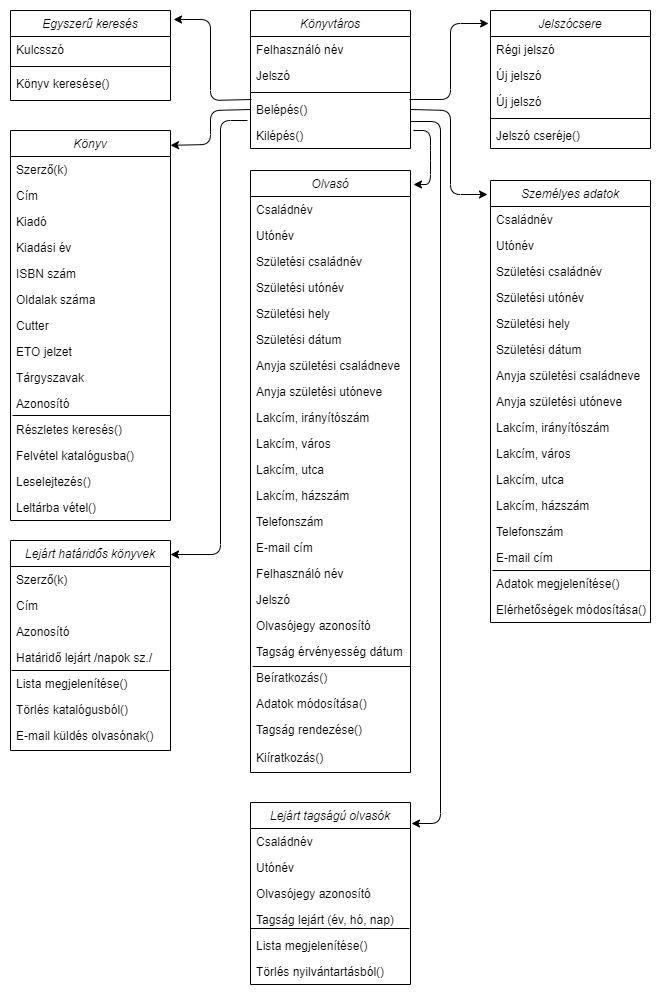
Before: Doc/image/konyvtaros_hatarosztalyai.png, a diagram exported from draw.io (BoCiMaja/AFP2020_1_Lev_Csop2). Source tidied: cells renumbered, new cells last; positions are measured from the earlier drawing's top-left corner, leaving out a move shared by most shapes.
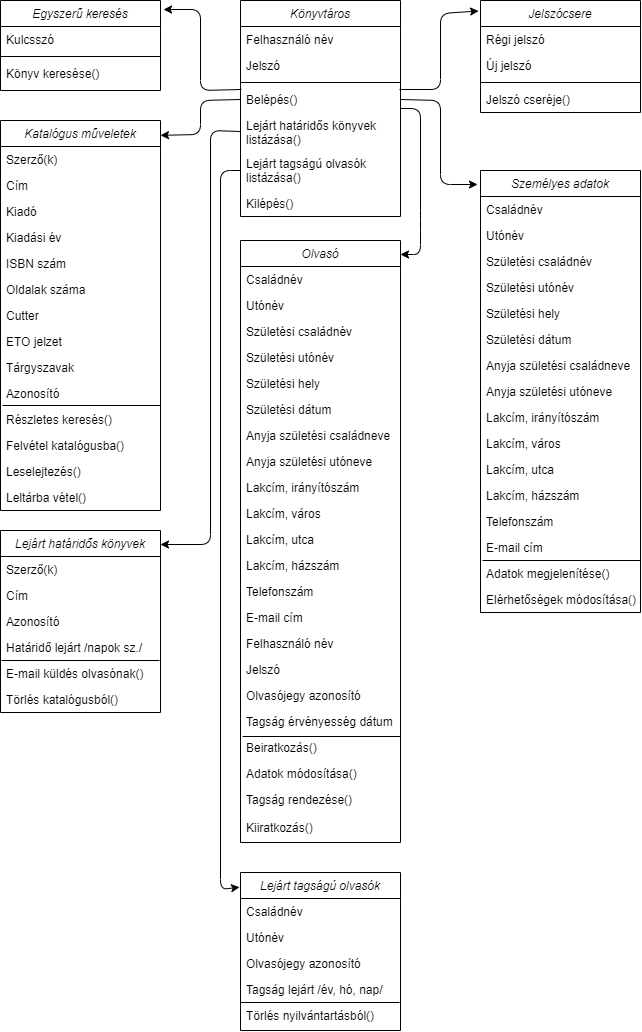
Above is the later version.

Commit message:
Könyvtáros határosztályai

Change to the diagram source:
```diff
@@ -3,7 +3,7 @@
     <mxCell id="0" />
     <mxCell id="1" parent="0" />
     <mxCell id="2" value="Könyvtáros" style="swimlane;fontStyle=2;align=center;verticalAlign=top;horizontal=1;startSize=26;rounded=0;shadow=0;strokeWidth=1;" parent="1" vertex="1">
-      <mxGeometry x="240" width="160" height="138" as="geometry" />
+      <mxGeometry x="240" width="160" height="216" as="geometry" />
     </mxCell>
     <mxCell id="3" value="Felhasználó név" style="text;align=left;verticalAlign=top;spacingLeft=4;spacingRight=4;overflow=hidden;" parent="2" vertex="1">
       <mxGeometry y="26" width="160" height="26" as="geometry" />
@@ -17,8 +17,14 @@
     <mxCell id="6" value="Belépés()" style="text;align=left;verticalAlign=top;spacingLeft=4;spacingRight=4;overflow=hidden;points=[[0,0.5],[1,0.5]];portConstraint=eastwest;" parent="2" vertex="1">
       <mxGeometry y="86" width="160" height="26" as="geometry" />
     </mxCell>
+    <mxCell id="100" value="Lejárt határidős könyvek&#10;listázása()" style="text;align=left;verticalAlign=top;spacingLeft=4;spacingRight=4;overflow=hidden;points=[[0,0.5],[1,0.5]];portConstraint=eastwest;" parent="2" vertex="1">
+      <mxGeometry y="112" width="160" height="38" as="geometry" />
+    </mxCell>
+    <mxCell id="101" value="Lejárt tagságú olvasók&#10;listázása()" style="text;align=left;verticalAlign=top;spacingLeft=4;spacingRight=4;overflow=hidden;points=[[0,0.5],[1,0.5]];portConstraint=eastwest;" parent="2" vertex="1">
+      <mxGeometry y="150" width="160" height="40" as="geometry" />
+    </mxCell>
     <mxCell id="7" value="Kilépés()" style="text;align=left;verticalAlign=top;spacingLeft=4;spacingRight=4;overflow=hidden;points=[[0,0.5],[1,0.5]];portConstraint=eastwest;" parent="2" vertex="1">
-      <mxGeometry y="112" width="160" height="26" as="geometry" />
+      <mxGeometry y="190" width="160" height="26" as="geometry" />
     </mxCell>
     <mxCell id="8" value="Személyes adatok" style="swimlane;fontStyle=2;align=center;verticalAlign=top;horizontal=1;startSize=26;rounded=0;shadow=0;strokeWidth=1;" parent="1" vertex="1">
       <mxGeometry x="480" y="170" width="160" height="442" as="geometry" />
@@ -78,7 +84,7 @@
       <mxGeometry y="416" width="160" height="26" as="geometry" />
     </mxCell>
     <mxCell id="26" value="Jelszócsere" style="swimlane;fontStyle=2;align=center;verticalAlign=top;horizontal=1;startSize=26;rounded=0;shadow=0;strokeWidth=1;" parent="1" vertex="1">
-      <mxGeometry x="480" width="160" height="138" as="geometry" />
+      <mxGeometry x="480" width="160" height="112" as="geometry" />
     </mxCell>
     <mxCell id="27" value="Régi jelszó" style="text;align=left;verticalAlign=top;spacingLeft=4;spacingRight=4;overflow=hidden;" parent="26" vertex="1">
       <mxGeometry y="26" width="160" height="26" as="geometry" />
@@ -86,14 +92,11 @@
     <mxCell id="28" value="Új jelszó" style="text;align=left;verticalAlign=top;spacingLeft=4;spacingRight=4;overflow=hidden;rounded=0;shadow=0;html=0;" parent="26" vertex="1">
       <mxGeometry y="52" width="160" height="26" as="geometry" />
     </mxCell>
-    <mxCell id="29" value="Új jelszó" style="text;align=left;verticalAlign=top;spacingLeft=4;spacingRight=4;overflow=hidden;" parent="26" vertex="1">
-      <mxGeometry y="78" width="160" height="26" as="geometry" />
-    </mxCell>
     <mxCell id="30" style="line;html=1;strokeWidth=1;align=left;verticalAlign=middle;spacingTop=-1;spacingLeft=3;spacingRight=3;labelPosition=right;" parent="26" vertex="1">
-      <mxGeometry y="104" width="160" height="8" as="geometry" />
+      <mxGeometry y="78" width="160" height="8" as="geometry" />
     </mxCell>
     <mxCell id="31" value="Jelszó cseréje()" style="text;align=left;verticalAlign=top;spacingLeft=4;spacingRight=4;overflow=hidden;" parent="26" vertex="1">
-      <mxGeometry y="112" width="160" height="26" as="geometry" />
+      <mxGeometry y="86" width="160" height="26" as="geometry" />
     </mxCell>
     <mxCell id="32" value="Egyszerű keresés" style="swimlane;fontStyle=2;align=center;verticalAlign=top;horizontal=1;startSize=26;rounded=0;shadow=0;strokeWidth=1;" parent="1" vertex="1">
       <mxGeometry width="160" height="90" as="geometry" />
@@ -107,7 +110,7 @@
     <mxCell id="35" value="Könyv keresése()" style="text;align=left;verticalAlign=top;spacingLeft=4;spacingRight=4;overflow=hidden;" parent="32" vertex="1">
       <mxGeometry y="60" width="160" height="26" as="geometry" />
     </mxCell>
-    <mxCell id="36" value="Könyv" style="swimlane;fontStyle=2;align=center;verticalAlign=top;horizontal=1;startSize=26;rounded=0;shadow=0;strokeWidth=1;" parent="1" vertex="1">
+    <mxCell id="36" value="Katalógus műveletek" style="swimlane;fontStyle=2;align=center;verticalAlign=top;horizontal=1;startSize=26;rounded=0;shadow=0;strokeWidth=1;" parent="1" vertex="1">
       <mxGeometry y="120" width="160" height="390" as="geometry" />
     </mxCell>
     <mxCell id="37" value="Szerző(k)" style="text;align=left;verticalAlign=top;spacingLeft=4;spacingRight=4;overflow=hidden;" parent="36" vertex="1">
@@ -159,7 +162,7 @@
       <mxGeometry y="364" width="160" height="26" as="geometry" />
     </mxCell>
     <mxCell id="52" value="Lejárt határidős könyvek" style="swimlane;fontStyle=2;align=center;verticalAlign=top;horizontal=1;startSize=26;rounded=0;shadow=0;strokeWidth=1;" parent="1" vertex="1">
-      <mxGeometry y="530" width="160" height="210" as="geometry" />
+      <mxGeometry y="530" width="160" height="182" as="geometry" />
     </mxCell>
     <mxCell id="53" value="Szerző(k)" style="text;align=left;verticalAlign=top;spacingLeft=4;spacingRight=4;overflow=hidden;" parent="52" vertex="1">
       <mxGeometry y="26" width="160" height="26" as="geometry" />
@@ -179,15 +182,12 @@
     <mxCell id="57" value="Határidő lejárt /napok sz./" style="text;align=left;verticalAlign=top;spacingLeft=4;spacingRight=4;overflow=hidden;rounded=0;shadow=0;html=0;" parent="52" vertex="1">
       <mxGeometry y="104" width="160" height="26" as="geometry" />
     </mxCell>
-    <mxCell id="58" value="Lista megjelenítése()" style="text;align=left;verticalAlign=top;spacingLeft=4;spacingRight=4;overflow=hidden;rounded=0;shadow=0;html=0;" parent="52" vertex="1">
-      <mxGeometry y="130" width="160" height="26" as="geometry" />
-    </mxCell>
+    <mxCell id="60" value="E-mail küldés olvasónak()" style="text;align=left;verticalAlign=top;spacingLeft=4;spacingRight=4;overflow=hidden;rounded=0;shadow=0;html=0;" parent="52" vertex="1">
+      <mxGeometry y="130" width="160" height="26" as="geometry" />
+    </mxCell>
     <mxCell id="59" value="Törlés katalógusból()" style="text;align=left;verticalAlign=top;spacingLeft=4;spacingRight=4;overflow=hidden;rounded=0;shadow=0;html=0;" parent="52" vertex="1">
       <mxGeometry y="156" width="160" height="26" as="geometry" />
     </mxCell>
-    <mxCell id="60" value="E-mail küldés olvasónak()" style="text;align=left;verticalAlign=top;spacingLeft=4;spacingRight=4;overflow=hidden;rounded=0;shadow=0;html=0;" parent="52" vertex="1">
-      <mxGeometry y="182" width="160" height="26" as="geometry" />
-    </mxCell>
     <mxCell id="61" style="endArrow=classic;html=1;entryX=-0.012;entryY=0.094;entryDx=0;entryDy=0;entryPerimeter=0;" parent="1" edge="1" target="26">
       <mxGeometry relative="1" as="geometry">
         <mxPoint x="399" y="89" as="sourcePoint" />
@@ -222,17 +222,17 @@
         </Array>
       </mxGeometry>
     </mxCell>
-    <mxCell id="65" style="endArrow=classic;html=1;exitX=-0.019;exitY=-0.077;exitDx=0;exitDy=0;exitPerimeter=0;" parent="1" edge="1" source="7">
+    <mxCell id="65" style="endArrow=classic;html=1;exitX=0;exitY=0.5;exitDx=0;exitDy=0;" parent="1" edge="1" source="100">
       <mxGeometry relative="1" as="geometry">
         <mxPoint x="160" y="544" as="targetPoint" />
         <Array as="points">
-          <mxPoint x="210" y="110" />
+          <mxPoint x="210" y="130" />
           <mxPoint x="210" y="544" />
         </Array>
       </mxGeometry>
     </mxCell>
     <mxCell id="66" value="Olvasó" style="swimlane;fontStyle=2;align=center;verticalAlign=top;horizontal=1;startSize=26;rounded=0;shadow=0;strokeWidth=1;" parent="1" vertex="1">
-      <mxGeometry x="240" y="160" width="160" height="602" as="geometry" />
+      <mxGeometry x="240" y="240" width="160" height="602" as="geometry" />
     </mxCell>
     <mxCell id="67" value="Családnév" style="text;align=left;verticalAlign=top;spacingLeft=4;spacingRight=4;overflow=hidden;" parent="66" vertex="1">
       <mxGeometry y="26" width="160" height="26" as="geometry" />
@@ -288,7 +288,7 @@
     <mxCell id="84" value="Tagság érvényesség dátum" style="text;align=left;verticalAlign=top;spacingLeft=4;spacingRight=4;overflow=hidden;rounded=0;shadow=0;html=0;" parent="66" vertex="1">
       <mxGeometry y="468" width="160" height="26" as="geometry" />
     </mxCell>
-    <mxCell id="85" value="Beíratkozás()" style="text;align=left;verticalAlign=top;spacingLeft=4;spacingRight=4;overflow=hidden;points=[[0,0.5],[1,0.5]];portConstraint=eastwest;rounded=0;shadow=0;html=0;" parent="66" vertex="1">
+    <mxCell id="85" value="Beiratkozás()" style="text;align=left;verticalAlign=top;spacingLeft=4;spacingRight=4;overflow=hidden;points=[[0,0.5],[1,0.5]];portConstraint=eastwest;rounded=0;shadow=0;html=0;" parent="66" vertex="1">
       <mxGeometry y="494" width="160" height="26" as="geometry" />
     </mxCell>
     <mxCell id="86" value="Adatok módosítása()" style="text;align=left;verticalAlign=top;spacingLeft=4;spacingRight=4;overflow=hidden;rounded=0;shadow=0;html=0;" parent="66" vertex="1">
@@ -297,14 +297,14 @@
     <mxCell id="87" value="Tagság rendezése()" style="text;align=left;verticalAlign=top;spacingLeft=4;spacingRight=4;overflow=hidden;rounded=0;shadow=0;html=0;" parent="66" vertex="1">
       <mxGeometry y="546" width="160" height="28" as="geometry" />
     </mxCell>
+    <mxCell id="89" style="endArrow=none;html=1;exitX=0.013;exitY=0.077;exitDx=0;exitDy=0;exitPerimeter=0;entryX=1;entryY=0.077;entryDx=0;entryDy=0;entryPerimeter=0;" parent="66" edge="1" source="85" target="85">
+      <mxGeometry relative="1" as="geometry" />
+    </mxCell>
-    <mxCell id="88" value="Kiíratkozás()" style="text;align=left;verticalAlign=top;spacingLeft=4;spacingRight=4;overflow=hidden;rounded=0;shadow=0;html=0;" parent="66" vertex="1">
+    <mxCell id="88" value="Kiiratkozás()" style="text;align=left;verticalAlign=top;spacingLeft=4;spacingRight=4;overflow=hidden;rounded=0;shadow=0;html=0;" parent="66" vertex="1">
       <mxGeometry y="574" width="160" height="28" as="geometry" />
     </mxCell>
-    <mxCell id="89" style="endArrow=none;html=1;exitX=0.013;exitY=0.077;exitDx=0;exitDy=0;exitPerimeter=0;entryX=1;entryY=0.077;entryDx=0;entryDy=0;entryPerimeter=0;" parent="66" edge="1" source="85" target="85">
-      <mxGeometry relative="1" as="geometry" />
-    </mxCell>
     <mxCell id="90" value="Lejárt tagságú olvasók" style="swimlane;fontStyle=2;align=center;verticalAlign=top;horizontal=1;startSize=26;rounded=0;shadow=0;strokeWidth=1;" parent="1" vertex="1">
-      <mxGeometry x="240" y="792" width="160" height="182" as="geometry" />
+      <mxGeometry x="240" y="872" width="160" height="158" as="geometry" />
     </mxCell>
     <mxCell id="91" value="Családnév" style="text;align=left;verticalAlign=top;spacingLeft=4;spacingRight=4;overflow=hidden;" parent="90" vertex="1">
       <mxGeometry y="26" width="160" height="26" as="geometry" />
@@ -315,39 +315,36 @@
     <mxCell id="93" value="Olvasójegy azonosító" style="text;align=left;verticalAlign=top;spacingLeft=4;spacingRight=4;overflow=hidden;rounded=0;shadow=0;html=0;" parent="90" vertex="1">
       <mxGeometry y="78" width="160" height="26" as="geometry" />
     </mxCell>
-    <mxCell id="94" value="Tagság lejárt (év, hó, nap)" style="text;align=left;verticalAlign=top;spacingLeft=4;spacingRight=4;overflow=hidden;rounded=0;shadow=0;html=0;" parent="90" vertex="1">
+    <mxCell id="94" value="Tagság lejárt /év, hó, nap/" style="text;align=left;verticalAlign=top;spacingLeft=4;spacingRight=4;overflow=hidden;rounded=0;shadow=0;html=0;" parent="90" vertex="1">
       <mxGeometry y="104" width="160" height="26" as="geometry" />
     </mxCell>
-    <mxCell id="95" value="Lista megjelenítése()" style="text;align=left;verticalAlign=top;spacingLeft=4;spacingRight=4;overflow=hidden;points=[[0,0.5],[1,0.5]];portConstraint=eastwest;rounded=0;shadow=0;html=0;" parent="90" vertex="1">
-      <mxGeometry y="130" width="160" height="26" as="geometry" />
-    </mxCell>
+    <mxCell id="97" style="endArrow=none;html=1;entryX=0.994;entryY=-0.154;entryDx=0;entryDy=0;entryPerimeter=0;" parent="90" edge="1">
+      <mxGeometry relative="1" as="geometry">
+        <mxPoint y="130" as="sourcePoint" />
+        <mxPoint x="159" y="130" as="targetPoint" />
+      </mxGeometry>
+    </mxCell>
     <mxCell id="96" value="Törlés nyilvántartásból()" style="text;align=left;verticalAlign=top;spacingLeft=4;spacingRight=4;overflow=hidden;rounded=0;shadow=0;html=0;" parent="90" vertex="1">
-      <mxGeometry y="156" width="160" height="26" as="geometry" />
+      <mxGeometry y="130" width="160" height="26" as="geometry" />
     </mxCell>
-    <mxCell id="97" style="endArrow=none;html=1;entryX=0.994;entryY=-0.154;entryDx=0;entryDy=0;entryPerimeter=0;" parent="90" edge="1" target="95">
-      <mxGeometry relative="1" as="geometry">
-        <mxPoint y="126" as="sourcePoint" />
-      </mxGeometry>
-    </mxCell>
     <mxCell id="98" style="endArrow=classic;html=1;" parent="1" edge="1">
       <mxGeometry relative="1" as="geometry">
-        <mxPoint x="403" y="120" as="sourcePoint" />
-        <mxPoint x="403" y="174" as="targetPoint" />
+        <mxPoint x="400" y="108" as="sourcePoint" />
+        <mxPoint x="400" y="254" as="targetPoint" />
         <Array as="points">
-          <mxPoint x="420" y="120" />
-          <mxPoint x="420" y="140" />
-          <mxPoint x="420" y="174" />
+          <mxPoint x="420" y="108" />
+          <mxPoint x="420" y="220" />
+          <mxPoint x="420" y="254" />
         </Array>
       </mxGeometry>
     </mxCell>
-    <mxCell id="99" style="endArrow=classic;html=1;exitX=1;exitY=0.962;exitDx=0;exitDy=0;exitPerimeter=0;" parent="1" edge="1" source="6">
-      <mxGeometry relative="1" as="geometry">
-        <mxPoint x="401" y="813" as="targetPoint" />
-        <Array as="points">
-          <mxPoint x="430" y="111" />
-          <mxPoint x="430" y="813" />
-        </Array>
-      </mxGeometry>
-    </mxCell>
+    <mxCell id="102" style="endArrow=classic;html=1;exitX=0;exitY=0.5;exitDx=0;exitDy=0;entryX=-0.006;entryY=0.093;entryDx=0;entryDy=0;entryPerimeter=0;" parent="1" edge="1" source="101" target="90">
+      <mxGeometry relative="1" as="geometry">
+        <Array as="points">
+          <mxPoint x="220" y="170" />
+          <mxPoint x="220" y="889" />
+        </Array>
+      </mxGeometry>
+    </mxCell>
   </root>
 </mxGraphModel>
```
